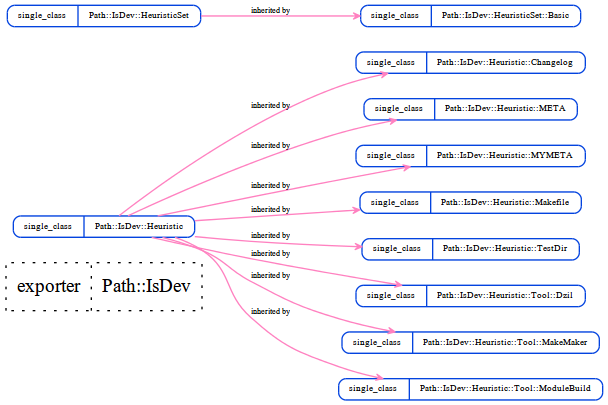
kentnl/Path-IsDev keeps this Graphviz diagram as layout/self_structure.png. Above is the earlier version. Its source is kept beside it as layout/self_structure.dot. Source of this version:
```dot
strict digraph Perl {
	graph [compound=1, concentrate=1, overlap=false, rankdir=LR, ranksep=1, smoothing=triangle, splines=spline];
	node [label="\N", shape=record, style=dotted];
	edge [minlen=1];
	"Path::IsDev" [label="{{<port1> exporter}|<port2> Path::IsDev}"];
	"Path::IsDev::Heuristic" [label="{{<port1> single_class}|<port2> Path::IsDev::Heuristic}", shape=Mrecord, style=solid, color="#0343df", fontsize=7, height="0.1"];
	"Path::IsDev::Heuristic::Changelog" [label="{{<port1> single_class}|<port2> Path::IsDev::Heuristic::Changelog}", shape=Mrecord, style=solid, color="#0343df", fontsize=7, height="0.1"];
	"Path::IsDev::Heuristic::META" [label="{{<port1> single_class}|<port2> Path::IsDev::Heuristic::META}", shape=Mrecord, style=solid, color="#0343df", fontsize=7, height="0.1"];
	"Path::IsDev::Heuristic::MYMETA" [label="{{<port1> single_class}|<port2> Path::IsDev::Heuristic::MYMETA}", shape=Mrecord, style=solid, color="#0343df", fontsize=7, height="0.1"];
	"Path::IsDev::Heuristic::Makefile" [label="{{<port1> single_class}|<port2> Path::IsDev::Heuristic::Makefile}", shape=Mrecord, style=solid, color="#0343df", fontsize=7, height="0.1"];
	"Path::IsDev::Heuristic::TestDir" [label="{{<port1> single_class}|<port2> Path::IsDev::Heuristic::TestDir}", shape=Mrecord, style=solid, color="#0343df", fontsize=7, height="0.1"];
	"Path::IsDev::Heuristic::Tool::Dzil" [label="{{<port1> single_class}|<port2> Path::IsDev::Heuristic::Tool::Dzil}", shape=Mrecord, style=solid, color="#0343df", fontsize=7, height="0.1"];
	"Path::IsDev::Heuristic::Tool::MakeMaker" [label="{{<port1> single_class}|<port2> Path::IsDev::Heuristic::Tool::MakeMaker}", shape=Mrecord, style=solid, color="#0343df", fontsize=7, height="0.1"];
	"Path::IsDev::Heuristic::Tool::ModuleBuild" [label="{{<port1> single_class}|<port2> Path::IsDev::Heuristic::Tool::ModuleBuild}", shape=Mrecord, style=solid, color="#0343df", fontsize=7, height="0.1"];
	"Path::IsDev::HeuristicSet" [label="{{<port1> single_class}|<port2> Path::IsDev::HeuristicSet}", shape=Mrecord, style=solid, color="#0343df", fontsize=7, height="0.1"];
	"Path::IsDev::HeuristicSet::Basic" [label="{{<port1> single_class}|<port2> Path::IsDev::HeuristicSet::Basic}", shape=Mrecord, style=solid, color="#0343df", fontsize=7, height="0.1"];
	"Path::IsDev::Heuristic" -> "Path::IsDev::Heuristic::Changelog" [arrowhead=open, arrowsize="0.5", color="#ff81c0", dir=forward, fontsize=6, headclip=1, label="inherited by", samehead=head, tailclip=1, weight=10];
	"Path::IsDev::Heuristic" -> "Path::IsDev::Heuristic::TestDir" [arrowhead=open, arrowsize="0.5", color="#ff81c0", dir=forward, fontsize=6, headclip=1, label="inherited by", samehead=head, tailclip=1, weight=10];
	"Path::IsDev::Heuristic" -> "Path::IsDev::Heuristic::META" [arrowhead=open, arrowsize="0.5", color="#ff81c0", dir=forward, fontsize=6, headclip=1, label="inherited by", samehead=head, tailclip=1, weight=10];
	"Path::IsDev::Heuristic" -> "Path::IsDev::Heuristic::MYMETA" [arrowhead=open, arrowsize="0.5", color="#ff81c0", dir=forward, fontsize=6, headclip=1, label="inherited by", samehead=head, tailclip=1, weight=10];
	"Path::IsDev::Heuristic" -> "Path::IsDev::Heuristic::Makefile" [arrowhead=open, arrowsize="0.5", color="#ff81c0", dir=forward, fontsize=6, headclip=1, label="inherited by", samehead=head, tailclip=1, weight=10];
	"Path::IsDev::HeuristicSet" -> "Path::IsDev::HeuristicSet::Basic" [arrowhead=open, arrowsize="0.5", color="#ff81c0", dir=forward, fontsize=6, headclip=1, label="inherited by", samehead=head, tailclip=1, weight=10];
	"Path::IsDev::Heuristic" -> "Path::IsDev::Heuristic::Tool::Dzil" [arrowhead=open, arrowsize="0.5", color="#ff81c0", dir=forward, fontsize=6, headclip=1, label="inherited by", samehead=head, tailclip=1, weight=10];
	"Path::IsDev::Heuristic" -> "Path::IsDev::Heuristic::Tool::MakeMaker" [arrowhead=open, arrowsize="0.5", color="#ff81c0", dir=forward, fontsize=6, headclip=1, label="inherited by", samehead=head, tailclip=1, weight=10];
	"Path::IsDev::Heuristic" -> "Path::IsDev::Heuristic::Tool::ModuleBuild" [arrowhead=open, arrowsize="0.5", color="#ff81c0", dir=forward, fontsize=6, headclip=1, label="inherited by", samehead=head, tailclip=1, weight=10];
}
```
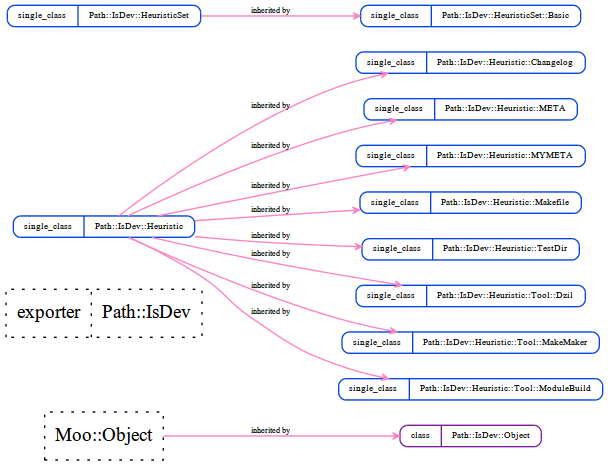
Above is the later version.

Change to the diagram source:
```diff
@@ -2,6 +2,7 @@
 	graph [compound=1, concentrate=1, overlap=false, rankdir=LR, ranksep=1, smoothing=triangle, splines=spline];
 	node [label="\N", shape=record, style=dotted];
 	edge [minlen=1];
+	"Moo::Object" [label="<port1> Moo::Object"];
 	"Path::IsDev" [label="{{<port1> exporter}|<port2> Path::IsDev}"];
 	"Path::IsDev::Heuristic" [label="{{<port1> single_class}|<port2> Path::IsDev::Heuristic}", shape=Mrecord, style=solid, color="#0343df", fontsize=7, height="0.1"];
 	"Path::IsDev::Heuristic::Changelog" [label="{{<port1> single_class}|<port2> Path::IsDev::Heuristic::Changelog}", shape=Mrecord, style=solid, color="#0343df", fontsize=7, height="0.1"];
@@ -14,6 +15,8 @@
 	"Path::IsDev::Heuristic::Tool::ModuleBuild" [label="{{<port1> single_class}|<port2> Path::IsDev::Heuristic::Tool::ModuleBuild}", shape=Mrecord, style=solid, color="#0343df", fontsize=7, height="0.1"];
 	"Path::IsDev::HeuristicSet" [label="{{<port1> single_class}|<port2> Path::IsDev::HeuristicSet}", shape=Mrecord, style=solid, color="#0343df", fontsize=7, height="0.1"];
 	"Path::IsDev::HeuristicSet::Basic" [label="{{<port1> single_class}|<port2> Path::IsDev::HeuristicSet::Basic}", shape=Mrecord, style=solid, color="#0343df", fontsize=7, height="0.1"];
+	"Path::IsDev::Object" [label="{{<port1> class}|<port2> Path::IsDev::Object}", shape=Mrecord, style=solid, color="#7e1e9c", fontsize=7, height="0.1"];
+	"Moo::Object" -> "Path::IsDev::Object" [arrowhead=open, arrowsize="0.5", color="#ff81c0", dir=forward, fontsize=6, headclip=1, label="inherited by", samehead=head, tailclip=1, weight=10];
 	"Path::IsDev::Heuristic" -> "Path::IsDev::Heuristic::Changelog" [arrowhead=open, arrowsize="0.5", color="#ff81c0", dir=forward, fontsize=6, headclip=1, label="inherited by", samehead=head, tailclip=1, weight=10];
 	"Path::IsDev::Heuristic" -> "Path::IsDev::Heuristic::TestDir" [arrowhead=open, arrowsize="0.5", color="#ff81c0", dir=forward, fontsize=6, headclip=1, label="inherited by", samehead=head, tailclip=1, weight=10];
 	"Path::IsDev::Heuristic" -> "Path::IsDev::Heuristic::META" [arrowhead=open, arrowsize="0.5", color="#ff81c0", dir=forward, fontsize=6, headclip=1, label="inherited by", samehead=head, tailclip=1, weight=10];
```
